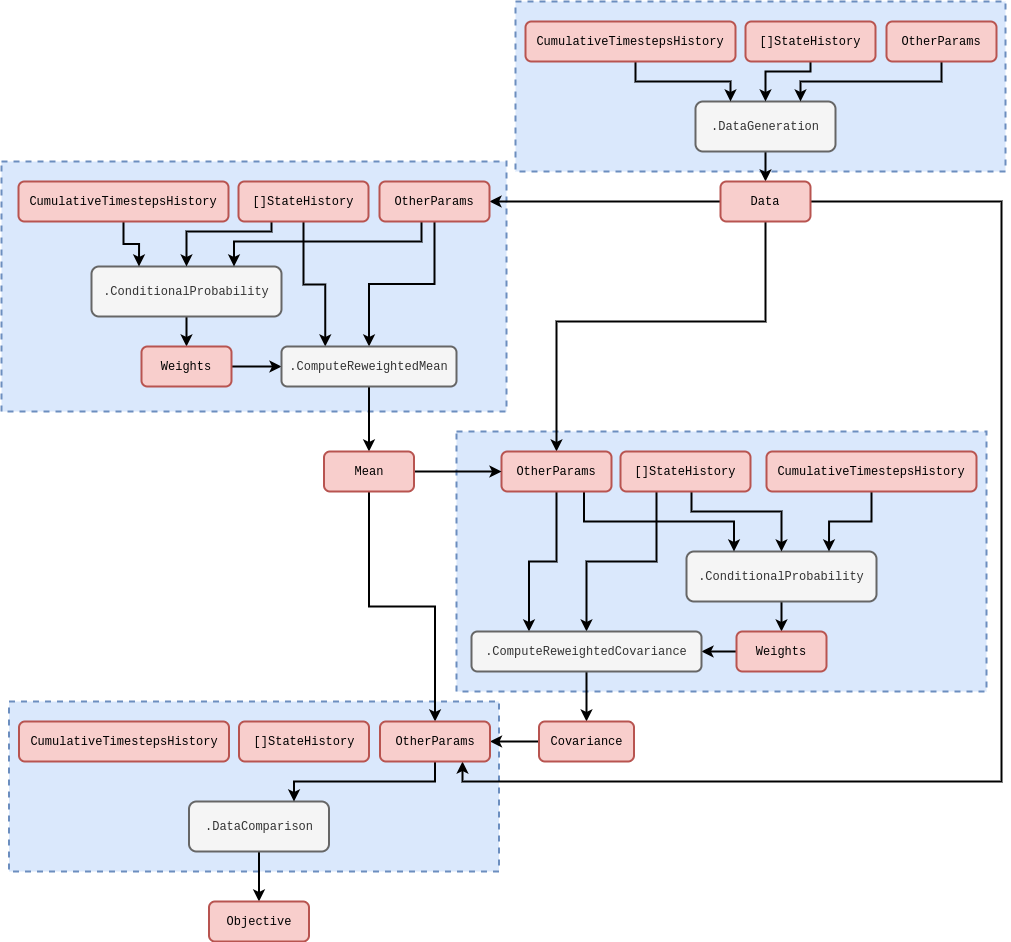
Above: assets/stochadexII/stochadexII-prob-reweighting-code.drawio.png in umbralcalc/umbralcalc.github.io (draw.io), before the change. Source tidied: cells renumbered, new cells last; positions are measured from the earlier drawing's top-left corner, leaving out a move shared by most shapes.
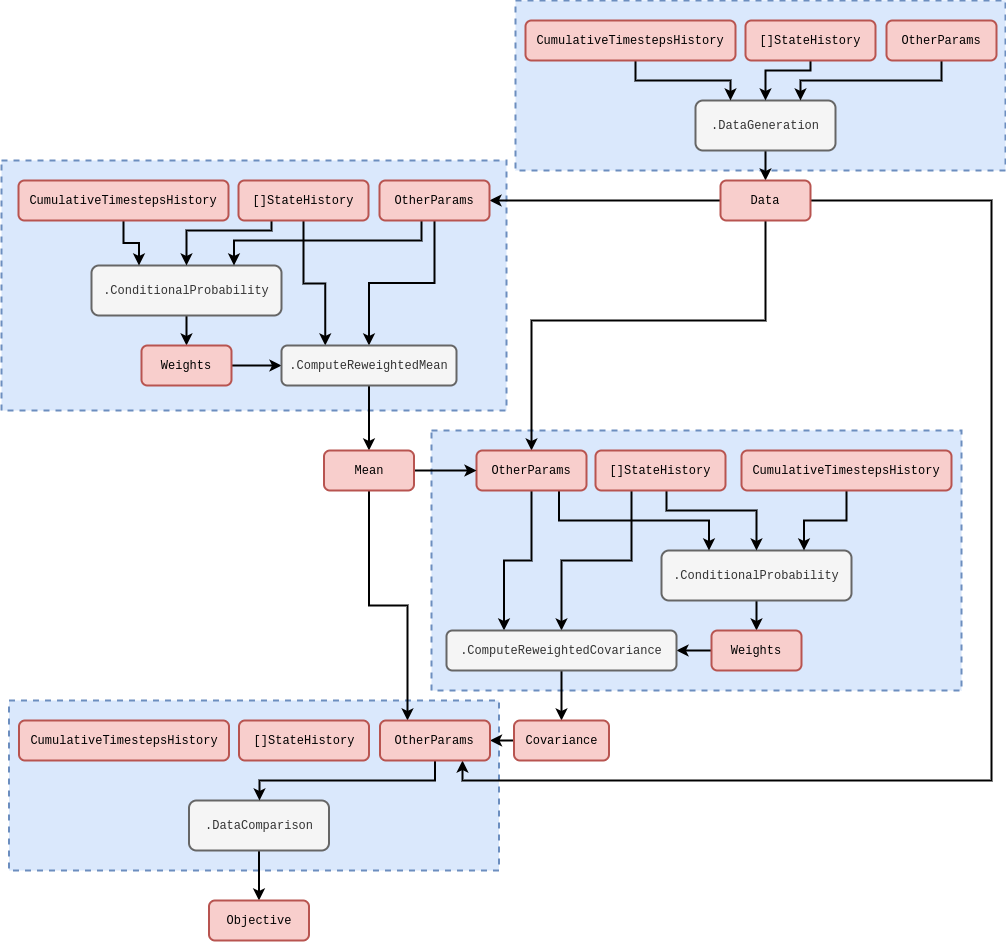
Later version of the same file.

The edit, as a diff of the source:
```diff
@@ -9,7 +9,7 @@
       <mxGeometry y="160" width="505" height="250" as="geometry" />
     </mxCell>
     <mxCell id="4" style="rounded=0;whiteSpace=wrap;html=1;dashed=1;strokeWidth=2;fillColor=#dae8fc;strokeColor=#6c8ebf;" parent="1" vertex="1">
-      <mxGeometry x="455" y="430" width="530" height="260" as="geometry" />
+      <mxGeometry x="430" y="430" width="530" height="260" as="geometry" />
     </mxCell>
     <mxCell id="5" style="rounded=0;whiteSpace=wrap;html=1;dashed=1;strokeWidth=2;fillColor=#dae8fc;strokeColor=#6c8ebf;" parent="1" vertex="1">
       <mxGeometry x="514" width="490" height="170" as="geometry" />
@@ -18,13 +18,13 @@
       <mxGeometry relative="1" as="geometry" />
     </mxCell>
     <mxCell id="7" value="&lt;font face=&quot;Courier New&quot;&gt;.ConditionalProbability&lt;/font&gt;" style="rounded=1;whiteSpace=wrap;html=1;strokeWidth=2;fillColor=#f5f5f5;fontColor=#333333;strokeColor=#666666;" parent="1" vertex="1">
-      <mxGeometry x="685" y="550" width="190" height="50" as="geometry" />
+      <mxGeometry x="660" y="550" width="190" height="50" as="geometry" />
     </mxCell>
     <mxCell id="8" style="edgeStyle=orthogonalEdgeStyle;rounded=0;jettySize=auto;html=1;entryX=1;entryY=0.5;entryDx=0;entryDy=0;strokeWidth=2;" parent="1" edge="1" source="9" target="48">
       <mxGeometry relative="1" as="geometry" />
     </mxCell>
     <mxCell id="9" value="&lt;font face=&quot;Courier New&quot;&gt;Weights&lt;/font&gt;" style="rounded=1;whiteSpace=wrap;html=1;strokeWidth=2;fillColor=#f8cecc;strokeColor=#b85450;" parent="1" vertex="1">
-      <mxGeometry x="735" y="630" width="90" height="40" as="geometry" />
+      <mxGeometry x="710" y="630" width="90" height="40" as="geometry" />
     </mxCell>
     <mxCell id="10" style="edgeStyle=orthogonalEdgeStyle;rounded=0;jettySize=auto;html=1;strokeWidth=2;" parent="1" edge="1" source="11">
       <mxGeometry relative="1" as="geometry">
@@ -41,15 +41,15 @@
       <mxGeometry relative="1" as="geometry">
         <Array as="points">
           <mxPoint x="764" y="320" />
-          <mxPoint x="555" y="320" />
+          <mxPoint x="530" y="320" />
         </Array>
       </mxGeometry>
     </mxCell>
     <mxCell id="14" style="edgeStyle=orthogonalEdgeStyle;rounded=0;jettySize=auto;html=1;entryX=0.75;entryY=1;entryDx=0;entryDy=0;strokeWidth=2;" parent="1" edge="1" source="15" target="56">
       <mxGeometry relative="1" as="geometry">
         <Array as="points">
-          <mxPoint x="1000" y="200" />
-          <mxPoint x="1000" y="780" />
+          <mxPoint x="990" y="200" />
+          <mxPoint x="990" y="780" />
           <mxPoint x="461" y="780" />
         </Array>
       </mxGeometry>
@@ -111,33 +111,33 @@
     <mxCell id="28" style="edgeStyle=orthogonalEdgeStyle;rounded=0;jettySize=auto;html=1;entryX=0.5;entryY=0;entryDx=0;entryDy=0;strokeWidth=2;" parent="1" edge="1" source="30" target="7">
       <mxGeometry relative="1" as="geometry">
         <Array as="points">
-          <mxPoint x="690" y="510" />
-          <mxPoint x="780" y="510" />
+          <mxPoint x="665" y="510" />
+          <mxPoint x="755" y="510" />
         </Array>
       </mxGeometry>
     </mxCell>
     <mxCell id="29" style="edgeStyle=orthogonalEdgeStyle;rounded=0;jettySize=auto;html=1;entryX=0.5;entryY=0;entryDx=0;entryDy=0;strokeWidth=2;" parent="1" edge="1" source="30" target="48">
       <mxGeometry relative="1" as="geometry">
         <Array as="points">
-          <mxPoint x="655" y="560" />
-          <mxPoint x="585" y="560" />
+          <mxPoint x="630" y="560" />
+          <mxPoint x="560" y="560" />
         </Array>
       </mxGeometry>
     </mxCell>
     <mxCell id="30" value="&lt;font face=&quot;Courier New&quot;&gt;[]StateHistory&lt;/font&gt;" style="rounded=1;whiteSpace=wrap;html=1;strokeWidth=2;fillColor=#f8cecc;strokeColor=#b85450;" parent="1" vertex="1">
-      <mxGeometry x="619" y="450" width="130" height="40" as="geometry" />
+      <mxGeometry x="594" y="450" width="130" height="40" as="geometry" />
     </mxCell>
     <mxCell id="31" style="edgeStyle=orthogonalEdgeStyle;rounded=0;jettySize=auto;html=1;entryX=0.75;entryY=0;entryDx=0;entryDy=0;strokeWidth=2;" parent="1" edge="1" source="32" target="7">
       <mxGeometry relative="1" as="geometry" />
     </mxCell>
     <mxCell id="32" value="&lt;font face=&quot;Courier New&quot;&gt;CumulativeTimestepsHistory&lt;/font&gt;" style="rounded=1;whiteSpace=wrap;html=1;strokeWidth=2;fillColor=#f8cecc;strokeColor=#b85450;" parent="1" vertex="1">
-      <mxGeometry x="765" y="450" width="210" height="40" as="geometry" />
+      <mxGeometry x="740" y="450" width="210" height="40" as="geometry" />
     </mxCell>
     <mxCell id="33" style="edgeStyle=orthogonalEdgeStyle;rounded=0;jettySize=auto;html=1;entryX=0.25;entryY=0;entryDx=0;entryDy=0;strokeWidth=2;" parent="1" edge="1" source="34" target="48">
       <mxGeometry relative="1" as="geometry" />
     </mxCell>
     <mxCell id="34" value="&lt;font face=&quot;Courier New&quot;&gt;OtherParams&lt;/font&gt;" style="rounded=1;whiteSpace=wrap;html=1;strokeWidth=2;fillColor=#f8cecc;strokeColor=#b85450;" parent="1" vertex="1">
-      <mxGeometry x="500" y="450" width="110" height="40" as="geometry" />
+      <mxGeometry x="475" y="450" width="110" height="40" as="geometry" />
     </mxCell>
     <mxCell id="35" style="edgeStyle=orthogonalEdgeStyle;rounded=0;jettySize=auto;html=1;entryX=0.5;entryY=0;entryDx=0;entryDy=0;strokeWidth=2;" parent="1" edge="1" source="37" target="18">
       <mxGeometry relative="1" as="geometry">
@@ -184,7 +184,7 @@
     <mxCell id="44" style="edgeStyle=orthogonalEdgeStyle;rounded=0;jettySize=auto;html=1;entryX=0;entryY=0.5;entryDx=0;entryDy=0;strokeWidth=2;" parent="1" edge="1" source="46" target="34">
       <mxGeometry relative="1" as="geometry" />
     </mxCell>
-    <mxCell id="45" style="edgeStyle=orthogonalEdgeStyle;rounded=0;jettySize=auto;html=1;strokeWidth=2;" parent="1" edge="1" source="46" target="56">
+    <mxCell id="45" style="edgeStyle=orthogonalEdgeStyle;rounded=0;jettySize=auto;html=1;strokeWidth=2;entryX=0.25;entryY=0;entryDx=0;entryDy=0;" parent="1" edge="1" source="46" target="56">
       <mxGeometry relative="1" as="geometry" />
     </mxCell>
     <mxCell id="46" value="&lt;font face=&quot;Courier New&quot;&gt;Mean&lt;/font&gt;" style="rounded=1;whiteSpace=wrap;html=1;strokeWidth=2;fillColor=#f8cecc;strokeColor=#b85450;" parent="1" vertex="1">
@@ -194,13 +194,13 @@
       <mxGeometry relative="1" as="geometry" />
     </mxCell>
     <mxCell id="48" value="&lt;font face=&quot;Courier New&quot;&gt;.ComputeReweightedCovariance&lt;/font&gt;" style="rounded=1;whiteSpace=wrap;html=1;strokeWidth=2;fillColor=#f5f5f5;fontColor=#333333;strokeColor=#666666;" parent="1" vertex="1">
-      <mxGeometry x="470" y="630" width="230" height="40" as="geometry" />
+      <mxGeometry x="445" y="630" width="230" height="40" as="geometry" />
     </mxCell>
     <mxCell id="49" style="edgeStyle=orthogonalEdgeStyle;rounded=0;jettySize=auto;html=1;strokeWidth=2;" parent="1" edge="1" source="50" target="56">
       <mxGeometry relative="1" as="geometry" />
     </mxCell>
     <mxCell id="50" value="&lt;font face=&quot;Courier New&quot;&gt;Covariance&lt;/font&gt;" style="rounded=1;whiteSpace=wrap;html=1;strokeWidth=2;fillColor=#f8cecc;strokeColor=#b85450;" parent="1" vertex="1">
-      <mxGeometry x="537.5" y="720" width="95" height="40" as="geometry" />
+      <mxGeometry x="512.5" y="720" width="95" height="40" as="geometry" />
     </mxCell>
     <mxCell id="51" style="edgeStyle=orthogonalEdgeStyle;rounded=0;jettySize=auto;html=1;strokeWidth=2;" parent="1" edge="1" source="52" target="57">
       <mxGeometry relative="1" as="geometry" />
@@ -214,11 +214,11 @@
     <mxCell id="54" value="&lt;font face=&quot;Courier New&quot;&gt;CumulativeTimestepsHistory&lt;/font&gt;" style="rounded=1;whiteSpace=wrap;html=1;strokeWidth=2;fillColor=#f8cecc;strokeColor=#b85450;" parent="1" vertex="1">
       <mxGeometry x="17.5" y="720" width="210" height="40" as="geometry" />
     </mxCell>
-    <mxCell id="55" style="edgeStyle=orthogonalEdgeStyle;rounded=0;jettySize=auto;html=1;entryX=0.75;entryY=0;entryDx=0;entryDy=0;strokeWidth=2;" parent="1" edge="1" source="56" target="52">
+    <mxCell id="55" style="edgeStyle=orthogonalEdgeStyle;rounded=0;jettySize=auto;html=1;strokeWidth=2;" parent="1" edge="1" source="56" target="52">
       <mxGeometry relative="1" as="geometry">
         <Array as="points">
-          <mxPoint x="433.5" y="780" />
-          <mxPoint x="292.5" y="780" />
+          <mxPoint x="433" y="780" />
+          <mxPoint x="258" y="780" />
         </Array>
       </mxGeometry>
     </mxCell>
```
